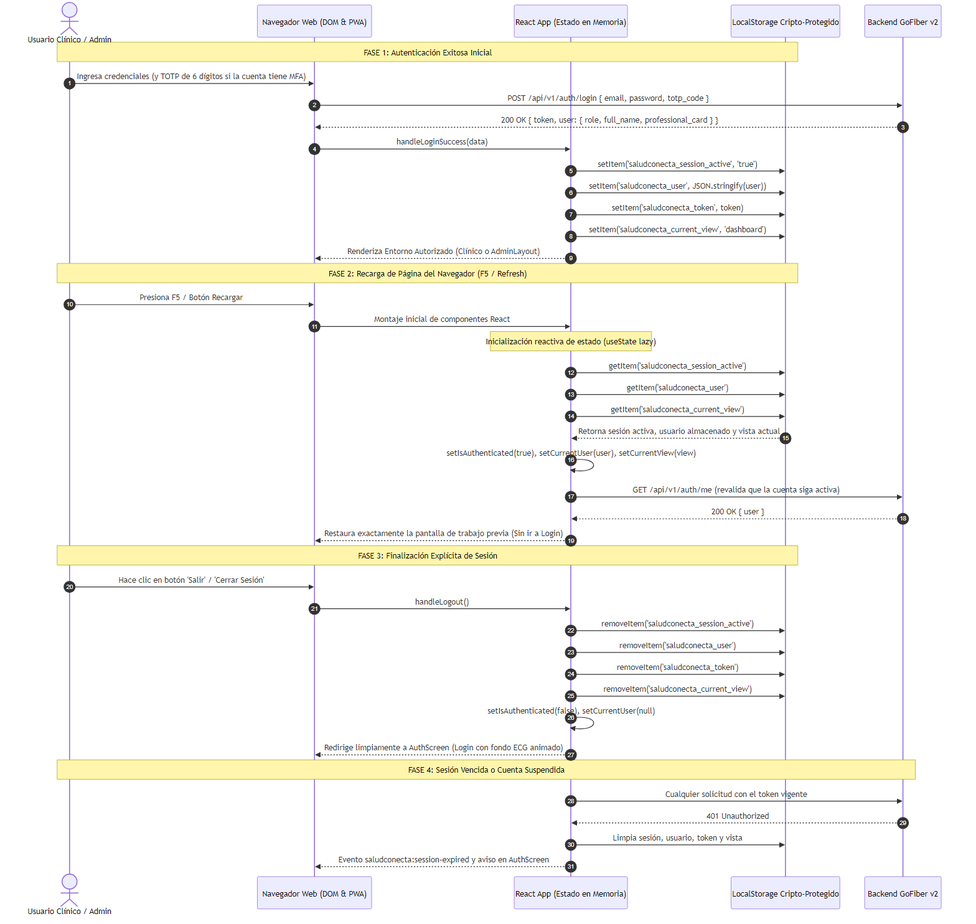
Above: docs/diagrams/12_persistencia_sesion_f5.png in ThiagoVelez/Proyecto_felipe (Mermaid), before the change. Its source is kept beside it as docs/diagrams/12_persistencia_sesion_f5.mmd.
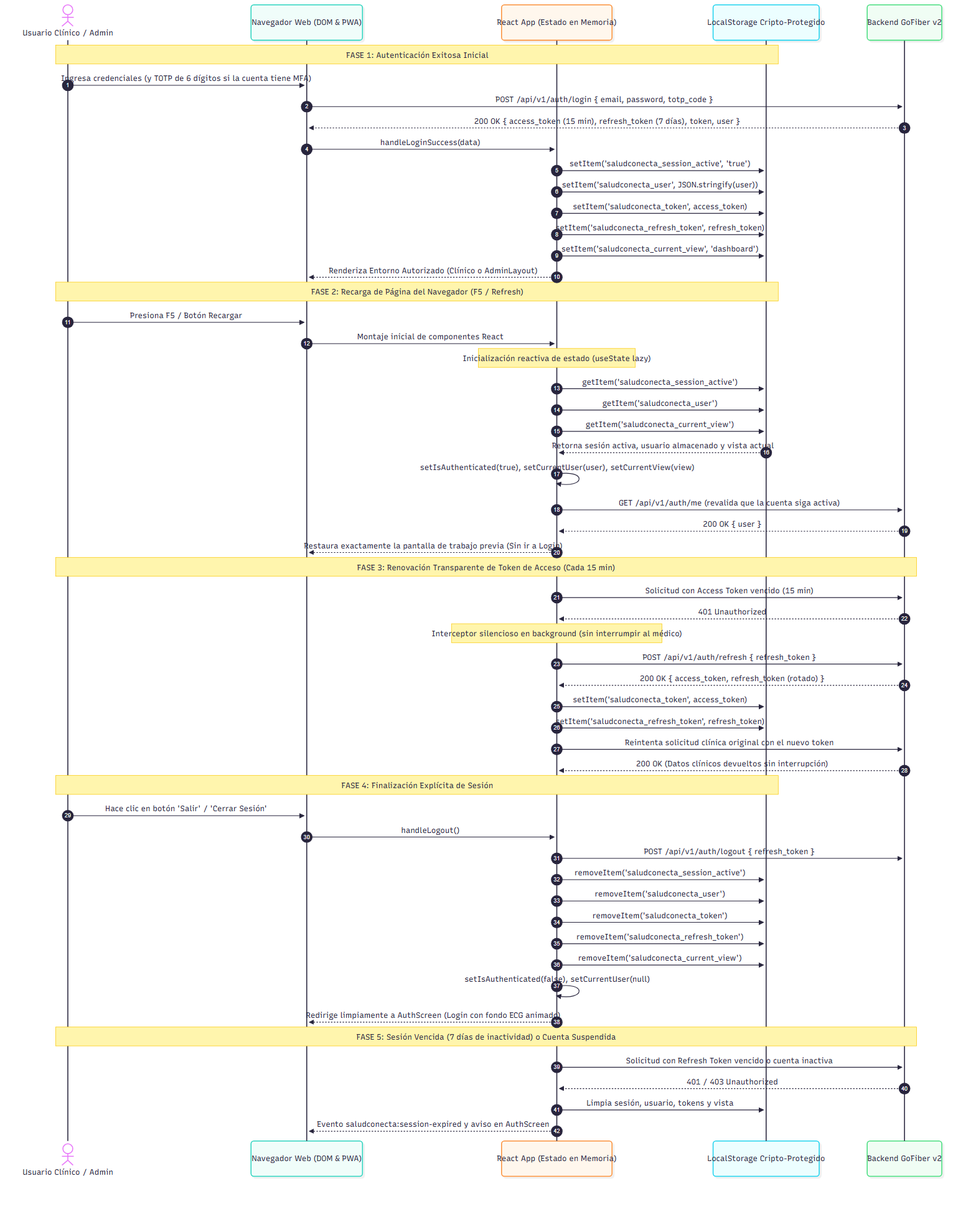
After the commit.

Diff of the diagram source:
```diff
@@ -9,11 +9,12 @@
     Note over User,Storage: FASE 1: Autenticación Exitosa Inicial
     User->>Browser: Ingresa credenciales (y TOTP de 6 dígitos si la cuenta tiene MFA)
     Browser->>API: POST /api/v1/auth/login { email, password, totp_code }
-    API-->>Browser: 200 OK { token, user: { role, full_name, professional_card } }
+    API-->>Browser: 200 OK { access_token (15 min), refresh_token (7 días), token, user }
     Browser->>App: handleLoginSuccess(data)
     App->>Storage: setItem('saludconecta_session_active', 'true')
     App->>Storage: setItem('saludconecta_user', JSON.stringify(user))
-    App->>Storage: setItem('saludconecta_token', token)
+    App->>Storage: setItem('saludconecta_token', access_token)
+    App->>Storage: setItem('saludconecta_refresh_token', refresh_token)
     App->>Storage: setItem('saludconecta_current_view', 'dashboard')
     App-->>Browser: Renderiza Entorno Autorizado (Clínico o AdminLayout)
 
@@ -30,18 +31,31 @@
     API-->>App: 200 OK { user }
     App-->>Browser: Restaura exactamente la pantalla de trabajo previa (Sin ir a Login)
 
-    Note over User,Storage: FASE 3: Finalización Explícita de Sesión
+    Note over User,API: FASE 3: Renovación Transparente de Token de Acceso (Cada 15 min)
+    App->>API: Solicitud con Access Token vencido (15 min)
+    API-->>App: 401 Unauthorized
+    Note over App: Interceptor silencioso en background (sin interrumpir al médico)
+    App->>API: POST /api/v1/auth/refresh { refresh_token }
+    API-->>App: 200 OK { access_token, refresh_token (rotado) }
+    App->>Storage: setItem('saludconecta_token', access_token)
+    App->>Storage: setItem('saludconecta_refresh_token', refresh_token)
+    App->>API: Reintenta solicitud clínica original con el nuevo token
+    API-->>App: 200 OK (Datos clínicos devueltos sin interrupción)
+
+    Note over User,Storage: FASE 4: Finalización Explícita de Sesión
     User->>Browser: Hace clic en botón 'Salir' / 'Cerrar Sesión'
     Browser->>App: handleLogout()
+    App->>API: POST /api/v1/auth/logout { refresh_token }
     App->>Storage: removeItem('saludconecta_session_active')
     App->>Storage: removeItem('saludconecta_user')
     App->>Storage: removeItem('saludconecta_token')
+    App->>Storage: removeItem('saludconecta_refresh_token')
     App->>Storage: removeItem('saludconecta_current_view')
     App->>App: setIsAuthenticated(false), setCurrentUser(null)
     App-->>Browser: Redirige limpiamente a AuthScreen (Login con fondo ECG animado)
 
-    Note over User,API: FASE 4: Sesión Vencida o Cuenta Suspendida
-    App->>API: Cualquier solicitud con el token vigente
-    API-->>App: 401 Unauthorized
-    App->>Storage: Limpia sesión, usuario, token y vista
+    Note over User,API: FASE 5: Sesión Vencida (7 días de inactividad) o Cuenta Suspendida
+    App->>API: Solicitud con Refresh Token vencido o cuenta inactiva
+    API-->>App: 401 / 403 Unauthorized
+    App->>Storage: Limpia sesión, usuario, tokens y vista
     App-->>Browser: Evento saludconecta:session-expired y aviso en AuthScreen
```
